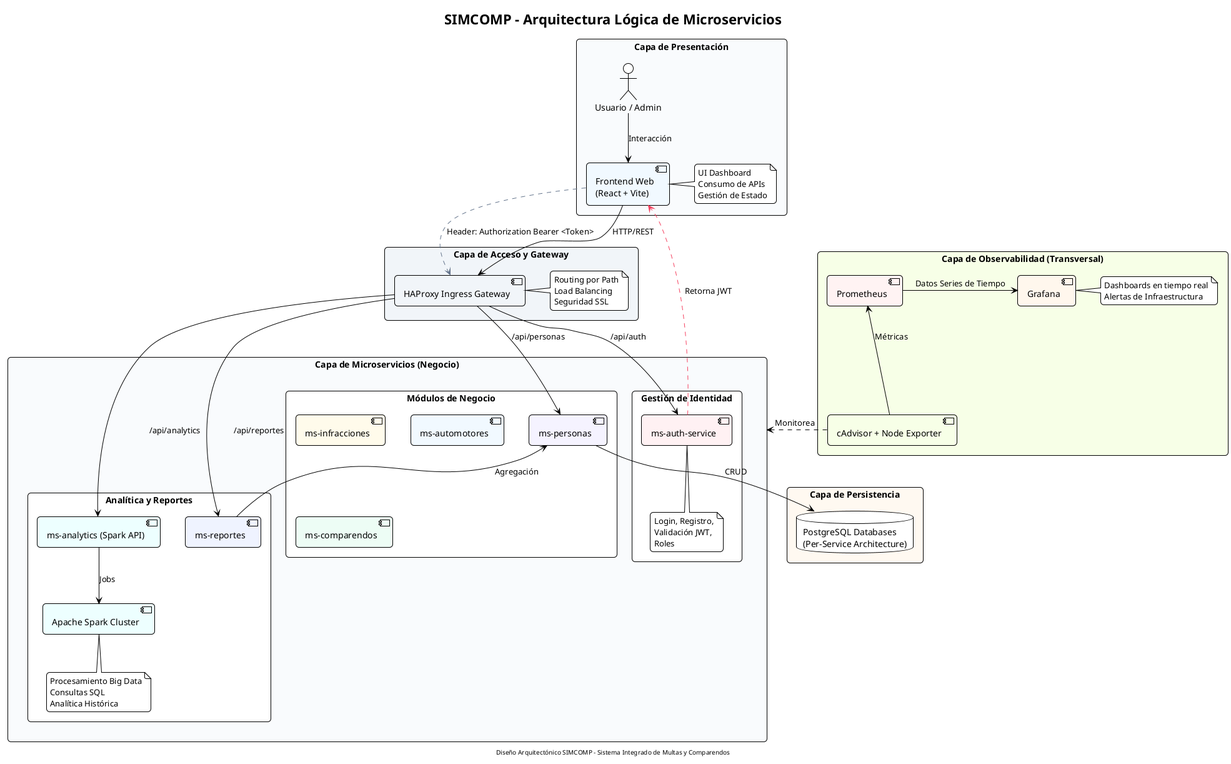
The PlantUML diagram diagram/diagram_arquit.png in driosoft-pro/simcomp, before a commit. The source it was exported from:
```plantuml
@startuml
!theme plain
skinparam defaultFontName Arial
skinparam ranksep 60
skinparam nodesep 40
skinparam roundcorner 10
skinparam shadowing false
skinparam packageStyle rectangle

!define COLOR_AUTH #F43F5E
!define COLOR_PERSONAS #8B5CF6
!define COLOR_AUTO #0EA5E9
!define COLOR_INFRA #F59E0B
!define COLOR_COMP #10B981
!define COLOR_REPORTE #6366F1
!define COLOR_SPARK #06B6D4
!define COLOR_PROM #EF4444
!define COLOR_GRAFANA #F97316

title "SIMCOMP - Arquitectura Lógica de Microservicios"

package "Capa de Presentación" #F8FAFC {
  actor "Usuario / Admin" as User
  component "Frontend Web\n(React + Vite)" as Front #F0F9FF
  note right of Front: UI Dashboard\nConsumo de APIs\nGestión de Estado
}

package "Capa de Acceso y Gateway" #F1F5F9 {
  component "HAProxy Ingress Gateway" as Gateway #F1F5F9
  note right of Gateway: Routing por Path\nLoad Balancing\nSeguridad SSL
}

package "Capa de Microservicios (Negocio)" #F8FAFC {

  package "Gestión de Identidad" {
    component "ms-auth-service" as Auth #FFF1F2
    note bottom of Auth: Login, Registro,\nValidación JWT,\nRoles
  }

  package "Módulos de Negocio" {
    component "ms-personas" as Pers #F5F3FF
    component "ms-infracciones" as Infr #FFFBEB
    component "ms-automotores" as Auto #F0F9FF
    component "ms-comparendos" as Comp #ECFDF5
  }

  package "Analítica y Reportes" {
    component "ms-reportes" as Repo #EEF2FF
    component "ms-analytics (Spark API)" as Analy #ECFEFF
    component "Apache Spark Cluster" as Spark #ECFEFF
    note bottom of Spark: Procesamiento Big Data\nConsultas SQL\nAnalítica Histórica
  }
}

package "Capa de Persistencia" #FFF8F0 {
  database "PostgreSQL Databases\n(Per-Service Architecture)" as DBs #FFFFFF
}

package "Capa de Observabilidad (Transversal)" #F7FEE7 {
  component "cAdvisor + Node Exporter" as Exporters #F7FEE7
  component "Prometheus" as Prom #FEF2F2
  component "Grafana" as Graf #FFF7ED
  note right of Graf: Dashboards en tiempo real\nAlertas de Infraestructura
}

User -down-> Front : Interacción
Front -down-> Gateway : HTTP/REST
Gateway -down-> Auth : /api/auth
Gateway -down-> Pers : /api/personas
Gateway -down-> Repo : /api/reportes
Gateway -down-> Analy : /api/analytics

Auth .[COLOR_AUTH].> Front : Retorna JWT
Front .[#64748B]down.> Gateway : Header: Authorization Bearer <Token>

Pers -down-> DBs : CRUD
Repo -up-> Pers : Agregación
Analy -down-> Spark : Jobs

Exporters -up-> Prom : Métricas
Prom -right-> Graf : Datos Series de Tiempo
Exporters .right.> "Capa de Microservicios (Negocio)" : Monitorea

footer "Diseño Arquitectónico SIMCOMP - Sistema Integrado de Multas y Comparendos"
@enduml
```
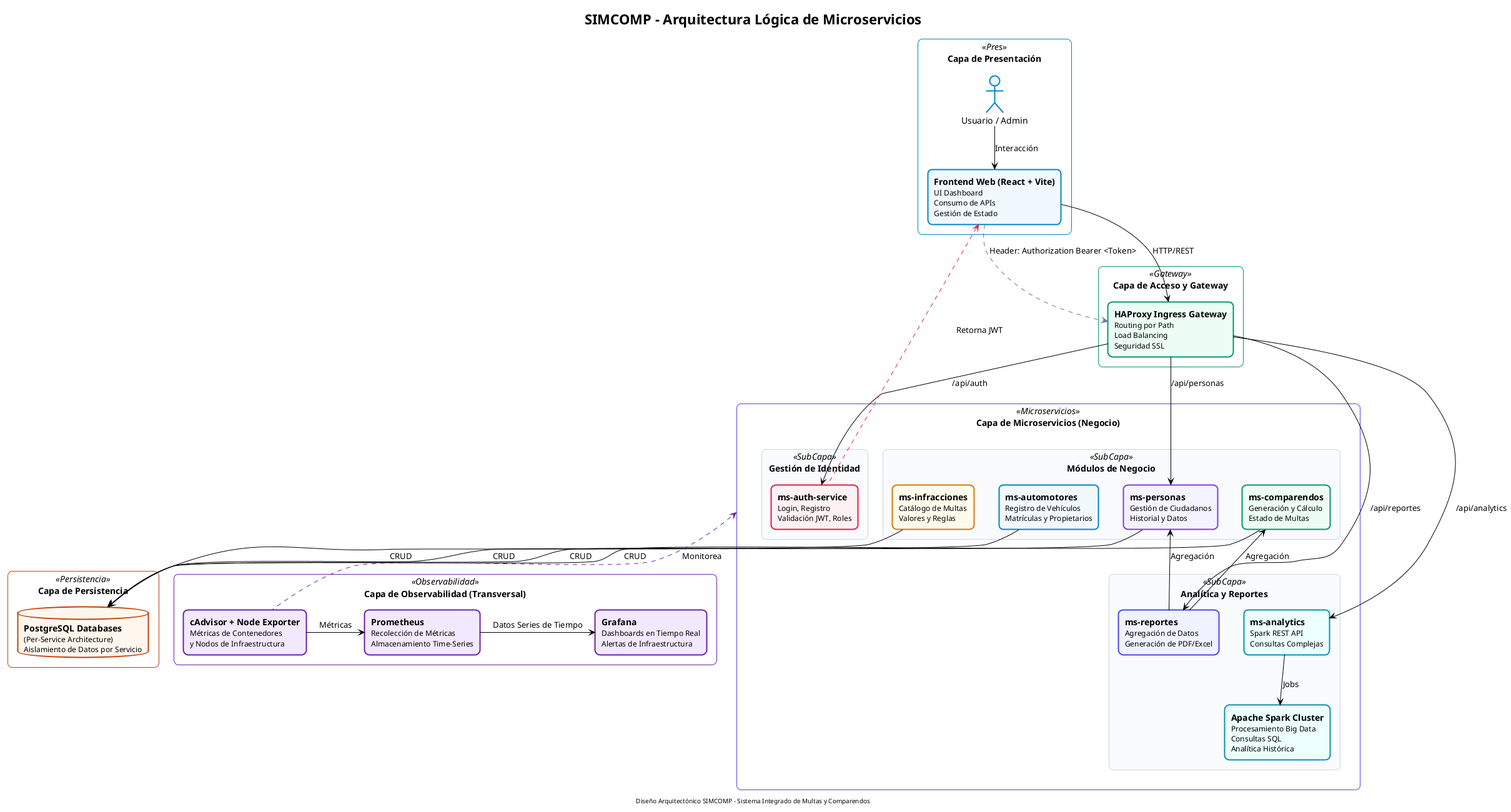
Above is the later version.

Change to the diagram source:
```diff
@@ -1,66 +1,131 @@
 @startuml
 !theme plain
 skinparam defaultFontName Arial
-skinparam ranksep 60
+skinparam ranksep 50
 skinparam nodesep 40
-skinparam roundcorner 10
+skinparam roundcorner 15
 skinparam shadowing false
 skinparam packageStyle rectangle
 
-!define COLOR_AUTH #F43F5E
-!define COLOR_PERSONAS #8B5CF6
-!define COLOR_AUTO #0EA5E9
-!define COLOR_INFRA #F59E0B
-!define COLOR_COMP #10B981
-!define COLOR_REPORTE #6366F1
-!define COLOR_SPARK #06B6D4
-!define COLOR_PROM #EF4444
-!define COLOR_GRAFANA #F97316
+!define COLOR_AUTH #E11D48
+!define COLOR_PERSONAS #7C3AED
+!define COLOR_AUTO #0284C7
+!define COLOR_INFRA #D97706
+!define COLOR_COMP #059669
+!define COLOR_REPORTE #4F46E5
+!define COLOR_SPARK #0891B2
+!define COLOR_PROM #DC2626
+!define COLOR_GRAFANA #EA580C
+
+skinparam package<<Pres>> {
+    BackgroundColor transparent
+    BorderStyle dashed
+    BorderThickness 2
+    BorderColor #0284C7
+    FontColor #0284C7
+    FontSize 16
+    FontStyle bold
+}
+
+skinparam package<<Gateway>> {
+    BackgroundColor transparent
+    BorderStyle dashed
+    BorderThickness 2
+    BorderColor #059669
+    FontColor #059669
+    FontSize 16
+    FontStyle bold
+}
+
+skinparam package<<Microservicios>> {
+    BackgroundColor transparent
+    BorderStyle dashed
+    BorderThickness 2
+    BorderColor #4F46E5
+    FontColor #4F46E5
+    FontSize 16
+    FontStyle bold
+}
+
+skinparam package<<Persistencia>> {
+    BackgroundColor transparent
+    BorderStyle dashed
+    BorderThickness 2
+    BorderColor #C2410C
+    FontColor #C2410C
+    FontSize 16
+    FontStyle bold
+}
+
+skinparam package<<Observabilidad>> {
+    BackgroundColor transparent
+    BorderStyle dashed
+    BorderThickness 2
+    BorderColor #6B21A8
+    FontColor #6B21A8
+    FontSize 16
+    FontStyle bold
+}
+
+skinparam package<<SubCapa>> {
+    BorderStyle solid
+    BorderColor #CBD5E1
+    BorderThickness 1
+    FontColor #475569
+    FontSize 14
+    FontStyle bold
+    BackgroundColor #F8FAFC
+}
 
 title "SIMCOMP - Arquitectura Lógica de Microservicios"
 
-package "Capa de Presentación" #F8FAFC {
-  actor "Usuario / Admin" as User
-  component "Frontend Web\n(React + Vite)" as Front #F0F9FF
-  note right of Front: UI Dashboard\nConsumo de APIs\nGestión de Estado
+package "Capa de Presentación" <<Pres>> {
+  actor "Usuario / Admin" as User #F1F5F9;line:0284C7;line.bold
+  rectangle "<b>Frontend Web (React + Vite)</b>\n<size:12>UI Dashboard</size>\n<size:12>Consumo de APIs</size>\n<size:12>Gestión de Estado</size>" as Front #F0F9FF;line:0284C7;line.bold
 }
 
-package "Capa de Acceso y Gateway" #F1F5F9 {
-  component "HAProxy Ingress Gateway" as Gateway #F1F5F9
-  note right of Gateway: Routing por Path\nLoad Balancing\nSeguridad SSL
+package "Capa de Acceso y Gateway" <<Gateway>> {
+  rectangle "<b>HAProxy Ingress Gateway</b>\n<size:12>Routing por Path</size>\n<size:12>Load Balancing</size>\n<size:12>Seguridad SSL</size>" as Gateway #ECFDF5;line:059669;line.bold
 }
 
-package "Capa de Microservicios (Negocio)" #F8FAFC {
+package "Capa de Microservicios (Negocio)" <<Microservicios>> {
 
-  package "Gestión de Identidad" {
-    component "ms-auth-service" as Auth #FFF1F2
-    note bottom of Auth: Login, Registro,\nValidación JWT,\nRoles
+  package "Gestión de Identidad" <<SubCapa>> {
+    rectangle "<b>ms-auth-service</b>\n<size:12>Login, Registro</size>\n<size:12>Validación JWT, Roles</size>" as Auth #FFF1F2;line:E11D48;line.bold
   }
 
-  package "Módulos de Negocio" {
-    component "ms-personas" as Pers #F5F3FF
-    component "ms-infracciones" as Infr #FFFBEB
-    component "ms-automotores" as Auto #F0F9FF
-    component "ms-comparendos" as Comp #ECFDF5
+  package "Módulos de Negocio" <<SubCapa>> {
+    rectangle "<b>ms-personas</b>\n<size:12>Gestión de Ciudadanos</size>\n<size:12>Historial y Datos</size>" as Pers #F5F3FF;line:7C3AED;line.bold
+    rectangle "<b>ms-infracciones</b>\n<size:12>Catálogo de Multas</size>\n<size:12>Valores y Reglas</size>" as Infr #FFFBEB;line:D97706;line.bold
+    rectangle "<b>ms-automotores</b>\n<size:12>Registro de Vehículos</size>\n<size:12>Matrículas y Propietarios</size>" as Auto #F0F9FF;line:0284C7;line.bold
+    rectangle "<b>ms-comparendos</b>\n<size:12>Generación y Cálculo</size>\n<size:12>Estado de Multas</size>" as Comp #ECFDF5;line:059669;line.bold
+
+    Pers -[hidden]right-> Infr
+    Infr -[hidden]right-> Auto
+    Auto -[hidden]right-> Comp
   }
 
-  package "Analítica y Reportes" {
-    component "ms-reportes" as Repo #EEF2FF
-    component "ms-analytics (Spark API)" as Analy #ECFEFF
-    component "Apache Spark Cluster" as Spark #ECFEFF
-    note bottom of Spark: Procesamiento Big Data\nConsultas SQL\nAnalítica Histórica
+  package "Analítica y Reportes" <<SubCapa>> {
+    rectangle "<b>ms-reportes</b>\n<size:12>Agregación de Datos</size>\n<size:12>Generación de PDF/Excel</size>" as Repo #EEF2FF;line:4F46E5;line.bold
+    rectangle "<b>ms-analytics</b>\n<size:12>Spark REST API</size>\n<size:12>Consultas Complejas</size>" as Analy #ECFEFF;line:0891B2;line.bold
+    rectangle "<b>Apache Spark Cluster</b>\n<size:12>Procesamiento Big Data</size>\n<size:12>Consultas SQL</size>\n<size:12>Analítica Histórica</size>" as Spark #ECFEFF;line:0891B2;line.bold
+
+    Repo -[hidden]right-> Analy
+    Analy -down-> Spark : Jobs
   }
 }
 
-package "Capa de Persistencia" #FFF8F0 {
-  database "PostgreSQL Databases\n(Per-Service Architecture)" as DBs #FFFFFF
+package "Capa de Persistencia" <<Persistencia>> {
+  database "<b>PostgreSQL Databases</b>\n<size:12>(Per-Service Architecture)</size>\n<size:12>Aislamiento de Datos por Servicio</size>" as DBs #FFF7ED;line:C2410C;line.bold
 }
 
-package "Capa de Observabilidad (Transversal)" #F7FEE7 {
-  component "cAdvisor + Node Exporter" as Exporters #F7FEE7
-  component "Prometheus" as Prom #FEF2F2
-  component "Grafana" as Graf #FFF7ED
-  note right of Graf: Dashboards en tiempo real\nAlertas de Infraestructura
+package "Capa de Observabilidad (Transversal)" <<Observabilidad>> {
+  rectangle "<b>cAdvisor + Node Exporter</b>\n<size:12>Métricas de Contenedores</size>\n<size:12>y Nodos de Infraestructura</size>" as Exporters #F3E8FF;line:6B21A8;line.bold
+  rectangle "<b>Prometheus</b>\n<size:12>Recolección de Métricas</size>\n<size:12>Almacenamiento Time-Series</size>" as Prom #F3E8FF;line:6B21A8;line.bold
+  rectangle "<b>Grafana</b>\n<size:12>Dashboards en Tiempo Real</size>\n<size:12>Alertas de Infraestructura</size>" as Graf #F3E8FF;line:6B21A8;line.bold
+
+  Exporters -right-> Prom : Métricas
+  Prom -right-> Graf : Datos Series de Tiempo
 }
 
 User -down-> Front : Interacción
@@ -70,16 +135,17 @@
 Gateway -down-> Repo : /api/reportes
 Gateway -down-> Analy : /api/analytics
 
-Auth .[COLOR_AUTH].> Front : Retorna JWT
+Auth .[#E11D48]up.> Front : Retorna JWT
 Front .[#64748B]down.> Gateway : Header: Authorization Bearer <Token>
 
 Pers -down-> DBs : CRUD
+Infr -down-> DBs : CRUD
+Auto -down-> DBs : CRUD
+Comp -down-> DBs : CRUD
 Repo -up-> Pers : Agregación
-Analy -down-> Spark : Jobs
+Repo -up-> Comp : Agregación
 
-Exporters -up-> Prom : Métricas
-Prom -right-> Graf : Datos Series de Tiempo
-Exporters .right.> "Capa de Microservicios (Negocio)" : Monitorea
+Exporters .[#6B21A8]up.> "Capa de Microservicios (Negocio)" : Monitorea
 
 footer "Diseño Arquitectónico SIMCOMP - Sistema Integrado de Multas y Comparendos"
 @enduml
```
